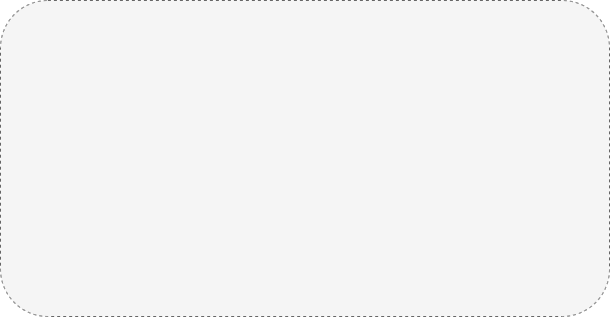
This is Untitled Diagram.drawio.png from lakomi/pictures, a draw.io export, as it was before one commit. Source tidied: cells renumbered, new cells last; positions are measured from the earlier drawing's top-left corner, leaving out a move shared by most shapes. Source of this version:
```xml
<mxGraphModel>
  <root>
    <mxCell id="0" />
    <mxCell id="1" parent="0" />
    <mxCell id="2" style="rounded=1;whiteSpace=wrap;html=1;dashed=1;fontSize=20;strokeColor=#666666;strokeWidth=1;fillColor=#f5f5f5;fontColor=#333333;" parent="1" vertex="1">
      <mxGeometry width="609" height="316" as="geometry" />
    </mxCell>
  </root>
</mxGraphModel>
```
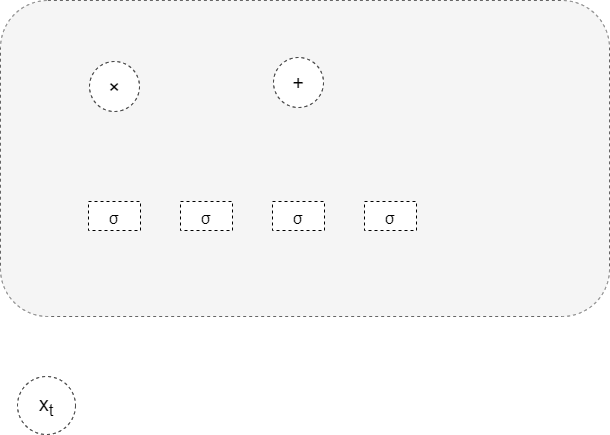
After the change.

What changed in the source:
```diff
@@ -2,8 +2,29 @@
   <root>
     <mxCell id="0" />
     <mxCell id="1" parent="0" />
-    <mxCell id="2" style="rounded=1;whiteSpace=wrap;html=1;dashed=1;fontSize=20;strokeColor=#666666;strokeWidth=1;fillColor=#f5f5f5;fontColor=#333333;" parent="1" vertex="1">
+    <mxCell id="2" style="rounded=1;whiteSpace=wrap;html=1;dashed=1;fontSize=20;strokeColor=#666666;strokeWidth=1;fillColor=#f5f5f5;fontColor=#333333;verticalAlign=middle;" parent="1" vertex="1">
       <mxGeometry width="609" height="316" as="geometry" />
     </mxCell>
+    <mxCell id="3" value="x&lt;sub&gt;t&lt;br&gt;&lt;/sub&gt;" style="ellipse;whiteSpace=wrap;html=1;dashed=1;fontSize=20;strokeColor=#000000;strokeWidth=1;" parent="1" vertex="1">
+      <mxGeometry x="17" y="376" width="58" height="58" as="geometry" />
+    </mxCell>
+    <mxCell id="4" value="&lt;p class=&quot;MsoNormal&quot;&gt;&lt;span style=&quot;font-size: 12.0000pt&quot;&gt;σ&lt;/span&gt;&lt;/p&gt;" style="rounded=0;whiteSpace=wrap;html=1;dashed=1;fontSize=20;strokeColor=#000000;strokeWidth=1;" parent="1" vertex="1">
+      <mxGeometry x="88" y="201" width="52" height="29" as="geometry" />
+    </mxCell>
+    <mxCell id="5" value="&lt;p class=&quot;MsoNormal&quot;&gt;&lt;span style=&quot;font-size: 12.0000pt&quot;&gt;σ&lt;/span&gt;&lt;/p&gt;" style="rounded=0;whiteSpace=wrap;html=1;dashed=1;fontSize=20;strokeColor=#000000;strokeWidth=1;" parent="1" vertex="1">
+      <mxGeometry x="180" y="201" width="52" height="29" as="geometry" />
+    </mxCell>
+    <mxCell id="6" value="&lt;p class=&quot;MsoNormal&quot;&gt;&lt;span style=&quot;font-size: 12.0000pt&quot;&gt;σ&lt;/span&gt;&lt;/p&gt;" style="rounded=0;whiteSpace=wrap;html=1;dashed=1;fontSize=20;strokeColor=#000000;strokeWidth=1;" parent="1" vertex="1">
+      <mxGeometry x="272" y="201" width="52" height="29" as="geometry" />
+    </mxCell>
+    <mxCell id="7" value="&lt;p class=&quot;MsoNormal&quot;&gt;&lt;span style=&quot;font-size: 12.0000pt&quot;&gt;σ&lt;/span&gt;&lt;/p&gt;" style="rounded=0;whiteSpace=wrap;html=1;dashed=1;fontSize=20;strokeColor=#000000;strokeWidth=1;" parent="1" vertex="1">
+      <mxGeometry x="364" y="201" width="52" height="29" as="geometry" />
+    </mxCell>
+    <mxCell id="8" value="×" style="ellipse;whiteSpace=wrap;html=1;dashed=1;fontSize=20;strokeColor=#000000;strokeWidth=1;" parent="1" vertex="1">
+      <mxGeometry x="89" y="61" width="50" height="50" as="geometry" />
+    </mxCell>
+    <mxCell id="9" value="+" style="ellipse;whiteSpace=wrap;html=1;dashed=1;fontSize=20;strokeColor=#000000;strokeWidth=1;" parent="1" vertex="1">
+      <mxGeometry x="273" y="57" width="50" height="50" as="geometry" />
+    </mxCell>
   </root>
 </mxGraphModel>
```
